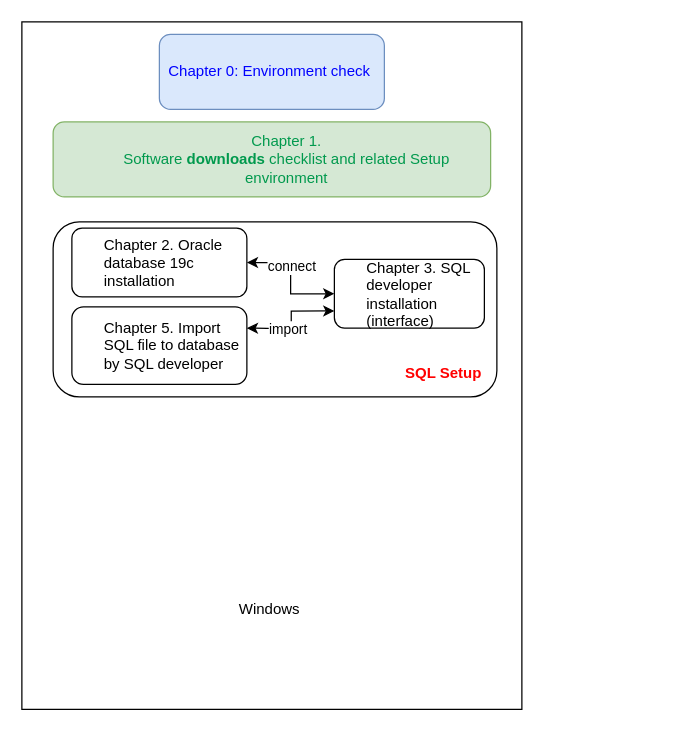
This is Untitled Diagram.drawio from DBZhaoyuner/www.cacheflow.ca, a draw.io file, before an edit. Source tidied: cells renumbered, new cells numbered last; positions are measured from the earlier drawing's top-left corner, leaving out a move shared by most shapes. Both pictures are drawn from the tidied source at 125%, with x=0, y=0 at pixel (21, 21).
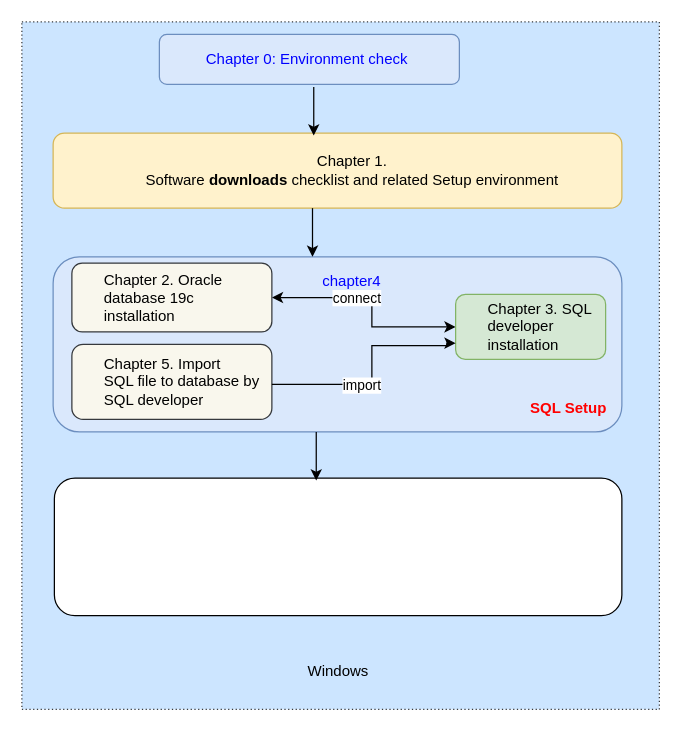
The same diagram, later.

What changed in the source:
```diff
@@
-    <mxCell id="2" value="&lt;br&gt;&lt;br&gt;&lt;br&gt;&lt;br&gt;&lt;br&gt;&lt;br&gt;&lt;br&gt;&lt;br&gt;&lt;br&gt;&lt;br&gt;&lt;br&gt;&lt;br&gt;&lt;br&gt;&lt;br&gt;&lt;br&gt;&lt;br&gt;&lt;br&gt;&lt;br&gt;&lt;br&gt;&lt;br&gt;&lt;br&gt;&lt;br&gt;&lt;br&gt;&lt;br&gt;&lt;br&gt;&lt;br&gt;&lt;br&gt;Windows&amp;nbsp;" style="rounded=0;whiteSpace=wrap;html=1;" parent="1" vertex="1">
-      <mxGeometry width="400" height="550" as="geometry" />
+    <mxCell id="2" value="&lt;br&gt;&lt;br&gt;&lt;br&gt;&lt;br&gt;&lt;br&gt;&lt;br&gt;&lt;br&gt;&lt;br&gt;&lt;br&gt;&lt;br&gt;&lt;br&gt;&lt;br&gt;&lt;br&gt;&lt;br&gt;&lt;br&gt;&lt;br&gt;&lt;br&gt;&lt;br&gt;&lt;br&gt;&lt;br&gt;&lt;br&gt;&lt;br&gt;&lt;br&gt;&lt;br&gt;&lt;br&gt;&lt;br&gt;&lt;br&gt;&lt;br&gt;&lt;br&gt;&lt;br&gt;&lt;br&gt;&lt;br&gt;&lt;br&gt;&lt;br&gt;Windows&amp;nbsp;" style="rounded=0;whiteSpace=wrap;html=1;dashed=1;dashPattern=1 2;fillColor=#cce5ff;strokeColor=#36393d;" parent="1" vertex="1">
+      <mxGeometry width="510" height="550" as="geometry" />
     </mxCell>
     <mxCell id="3" value="&lt;p class=&quot;MsoNormal&quot;&gt;Chapter 0: Environment check&amp;nbsp;&lt;/p&gt;" style="rounded=1;whiteSpace=wrap;html=1;fillColor=#dae8fc;strokeColor=#6c8ebf;fontColor=#0000FF;" parent="1" vertex="1">
-      <mxGeometry x="110" y="10" width="180" height="60" as="geometry" />
+      <mxGeometry x="110" y="10" width="240" height="40" as="geometry" />
     </mxCell>
-    <mxCell id="4" value="&lt;p style=&quot;margin-left:.25in&quot; class=&quot;MsoNormal&quot;&gt;Chapter 1.&lt;br&gt;Software &lt;b&gt;downloads &lt;/b&gt;checklist and related Setup environment&lt;/p&gt;" style="rounded=1;whiteSpace=wrap;html=1;fillColor=#d5e8d4;strokeColor=#82b366;fontColor=#00994D;" parent="1" vertex="1">
-      <mxGeometry x="25" y="80" width="350" height="60" as="geometry" />
+    <mxCell id="4" value="&lt;p style=&quot;margin-left:.25in&quot; class=&quot;MsoNormal&quot;&gt;Chapter 1.&lt;br&gt;Software &lt;b&gt;downloads &lt;/b&gt;checklist and related Setup environment&lt;/p&gt;" style="rounded=1;whiteSpace=wrap;html=1;fillColor=#fff2cc;strokeColor=#d6b656;" parent="1" vertex="1">
+      <mxGeometry x="25" y="89" width="455" height="60" as="geometry" />
     </mxCell>
-    <mxCell id="5" value="&lt;font color=&quot;#ff0000&quot;&gt;&lt;br&gt;&lt;br&gt;&lt;br&gt;&lt;br&gt;&lt;br&gt;&lt;br&gt;&lt;br&gt;&lt;/font&gt;&lt;div style=&quot;text-align: right;&quot;&gt;&lt;span style=&quot;background-color: initial;&quot;&gt;&lt;font color=&quot;#ff0000&quot;&gt;&amp;nbsp; &amp;nbsp; &amp;nbsp; &amp;nbsp; &amp;nbsp; &amp;nbsp; &amp;nbsp; &amp;nbsp; &amp;nbsp; &amp;nbsp; &amp;nbsp; &amp;nbsp; &amp;nbsp; &amp;nbsp; &amp;nbsp; &amp;nbsp; &amp;nbsp; &amp;nbsp; &amp;nbsp; &amp;nbsp; &amp;nbsp; &amp;nbsp; &amp;nbsp; &amp;nbsp; &amp;nbsp; &amp;nbsp; &amp;nbsp; &amp;nbsp; &amp;nbsp; &amp;nbsp; &amp;nbsp; &amp;nbsp; &amp;nbsp; &amp;nbsp; &amp;nbsp; &amp;nbsp; &amp;nbsp; &amp;nbsp; &amp;nbsp; &amp;nbsp;&lt;b&gt; &amp;nbsp;SQL Setup&lt;/b&gt;&lt;/font&gt;&lt;/span&gt;&lt;/div&gt;" style="rounded=1;whiteSpace=wrap;html=1;" parent="1" vertex="1">
-      <mxGeometry x="25" y="160" width="355" height="140" as="geometry" />
+    <mxCell id="5" value="&lt;font color=&quot;#ff0000&quot;&gt;&amp;nbsp; &amp;nbsp; &amp;nbsp; &amp;nbsp;&lt;/font&gt;&lt;font color=&quot;#0000ff&quot;&gt;chapter4&lt;/font&gt;&lt;br&gt;&lt;br&gt;&lt;br&gt;&lt;br&gt;&lt;br&gt;&lt;br&gt;&lt;br&gt;&lt;div style=&quot;text-align: right;&quot;&gt;&lt;span style=&quot;background-color: initial;&quot;&gt;&lt;font color=&quot;#ff0000&quot;&gt;&amp;nbsp; &amp;nbsp; &amp;nbsp; &amp;nbsp; &amp;nbsp; &amp;nbsp; &amp;nbsp; &amp;nbsp; &amp;nbsp; &amp;nbsp; &amp;nbsp; &amp;nbsp; &amp;nbsp; &amp;nbsp; &amp;nbsp; &amp;nbsp; &amp;nbsp; &amp;nbsp; &amp;nbsp; &amp;nbsp; &amp;nbsp; &amp;nbsp; &amp;nbsp; &amp;nbsp; &amp;nbsp; &amp;nbsp; &amp;nbsp; &amp;nbsp; &amp;nbsp; &amp;nbsp; &amp;nbsp; &amp;nbsp; &amp;nbsp; &amp;nbsp; &amp;nbsp; &amp;nbsp; &amp;nbsp; &amp;nbsp; &amp;nbsp; &amp;nbsp;&lt;b&gt;&amp;nbsp; &amp;nbsp; &amp;nbsp; &amp;nbsp; &amp;nbsp; &amp;nbsp; &amp;nbsp; &amp;nbsp; &amp;nbsp; &amp;nbsp; &amp;nbsp; &amp;nbsp; &amp;nbsp; &amp;nbsp; &amp;nbsp; &amp;nbsp; SQL Setup&lt;/b&gt;&lt;/font&gt;&lt;/span&gt;&lt;/div&gt;" style="rounded=1;whiteSpace=wrap;html=1;fillColor=#dae8fc;strokeColor=#6c8ebf;" parent="1" vertex="1">
+      <mxGeometry x="25" y="188" width="455" height="140" as="geometry" />
     </mxCell>
     <mxCell id="6" style="edgeStyle=orthogonalEdgeStyle;rounded=0;jettySize=auto;html=1;startArrow=classic;startFill=1;" parent="1" edge="1" source="8" target="9">
-      <mxGeometry relative="1" as="geometry" />
+      <mxGeometry relative="1" as="geometry">
+        <Array as="points">
+          <mxPoint x="280" y="221" />
+          <mxPoint x="280" y="244" />
+        </Array>
+      </mxGeometry>
     </mxCell>
@@
-    <mxCell id="8" value="&lt;p style=&quot;margin-left:.25in&quot; class=&quot;MsoNormal&quot;&gt;Chapter 2. Oracle database 19c&lt;br&gt;installation&lt;/p&gt;" style="rounded=1;whiteSpace=wrap;html=1;align=left;" parent="1" vertex="1">
-      <mxGeometry x="40" y="165" width="140" height="55" as="geometry" />
+    <mxCell id="8" value="&lt;p style=&quot;margin-left:.25in&quot; class=&quot;MsoNormal&quot;&gt;Chapter 2. Oracle database 19c&lt;br&gt;installation&lt;/p&gt;" style="rounded=1;whiteSpace=wrap;html=1;align=left;fillColor=#f9f7ed;strokeColor=#36393d;" parent="1" vertex="1">
+      <mxGeometry x="40" y="193" width="160" height="55" as="geometry" />
     </mxCell>
-    <mxCell id="9" value="&lt;p style=&quot;margin-left:.25in&quot; class=&quot;MsoNormal&quot;&gt;Chapter 3. SQL developer&lt;br&gt;installation (interface)&lt;/p&gt;" style="rounded=1;whiteSpace=wrap;html=1;align=left;" parent="1" vertex="1">
-      <mxGeometry x="250" y="190" width="120" height="55" as="geometry" />
+    <mxCell id="9" value="&lt;p style=&quot;margin-left:.25in&quot; class=&quot;MsoNormal&quot;&gt;Chapter 3. SQL developer&lt;br&gt;installation&lt;/p&gt;" style="rounded=1;whiteSpace=wrap;html=1;align=left;fillColor=#d5e8d4;strokeColor=#82b366;" parent="1" vertex="1">
+      <mxGeometry x="347" y="218" width="120" height="52" as="geometry" />
     </mxCell>
-    <mxCell id="10" value="&lt;p style=&quot;margin-left:.25in&quot; class=&quot;MsoNormal&quot;&gt;Chapter 5. &lt;a name=&quot;_Hlk105871212&quot;&gt;Import&lt;br&gt;SQL file to database by SQL developer&amp;nbsp;&lt;/a&gt;&lt;/p&gt;" style="rounded=1;whiteSpace=wrap;html=1;align=left;" parent="1" vertex="1">
-      <mxGeometry x="40" y="228" width="140" height="62" as="geometry" />
+    <mxCell id="10" value="&lt;p style=&quot;margin-left:.25in&quot; class=&quot;MsoNormal&quot;&gt;Chapter 5. &lt;a name=&quot;_Hlk105871212&quot;&gt;Import&lt;br&gt;SQL file to database by SQL developer&amp;nbsp;&lt;/a&gt;&lt;/p&gt;" style="rounded=1;whiteSpace=wrap;html=1;align=left;fillColor=#f9f7ed;strokeColor=#36393d;" parent="1" vertex="1">
+      <mxGeometry x="40" y="258" width="160" height="60" as="geometry" />
     </mxCell>
-    <mxCell id="11" style="edgeStyle=orthogonalEdgeStyle;rounded=0;jettySize=auto;html=1;startArrow=classic;startFill=1;entryX=0;entryY=0.75;entryDx=0;entryDy=0;" parent="1" edge="1" target="9">
+    <mxCell id="11" style="edgeStyle=orthogonalEdgeStyle;rounded=0;jettySize=auto;html=1;startArrow=none;startFill=0;entryX=0;entryY=0.75;entryDx=0;entryDy=0;" parent="1" edge="1" target="9">
       <mxGeometry relative="1" as="geometry">
-        <mxPoint x="180" y="245" as="sourcePoint" />
+        <mxPoint x="200" y="290" as="sourcePoint" />
+        <Array as="points">
+          <mxPoint x="280" y="290" />
+          <mxPoint x="280" y="259" />
+          <mxPoint x="340" y="259" />
+          <mxPoint x="340" y="257" />
+        </Array>
       </mxGeometry>
     </mxCell>
@@
+    <mxCell id="13" style="rounded=1;whiteSpace=wrap;html=1;fontColor=#00994D;" parent="1" vertex="1">
+      <mxGeometry x="26" y="365" width="454" height="110" as="geometry" />
+    </mxCell>
+    <mxCell id="14" style="edgeStyle=orthogonalEdgeStyle;rounded=0;orthogonalLoop=1;jettySize=auto;html=1;fontColor=#00994D;startArrow=none;startFill=0;endArrow=classic;endFill=1;entryX=0.5;entryY=0;entryDx=0;entryDy=0;" parent="1" edge="1">
+      <mxGeometry relative="1" as="geometry">
+        <mxPoint x="232.5" y="149" as="sourcePoint" />
+        <mxPoint x="232.5" y="188" as="targetPoint" />
+      </mxGeometry>
+    </mxCell>
+    <mxCell id="15" style="edgeStyle=orthogonalEdgeStyle;rounded=0;orthogonalLoop=1;jettySize=auto;html=1;fontColor=#00994D;startArrow=none;startFill=0;endArrow=classic;endFill=1;entryX=0.5;entryY=0;entryDx=0;entryDy=0;" parent="1" edge="1">
+      <mxGeometry relative="1" as="geometry">
+        <mxPoint x="233.5" y="52" as="sourcePoint" />
+        <mxPoint x="233.5" y="91" as="targetPoint" />
+      </mxGeometry>
+    </mxCell>
+    <mxCell id="16" style="edgeStyle=orthogonalEdgeStyle;rounded=0;orthogonalLoop=1;jettySize=auto;html=1;fontColor=#00994D;startArrow=none;startFill=0;endArrow=classic;endFill=1;entryX=0.5;entryY=0;entryDx=0;entryDy=0;" parent="1" edge="1">
+      <mxGeometry relative="1" as="geometry">
+        <mxPoint x="235.5" y="328" as="sourcePoint" />
+        <mxPoint x="235.5" y="367" as="targetPoint" />
+      </mxGeometry>
+    </mxCell>
```
